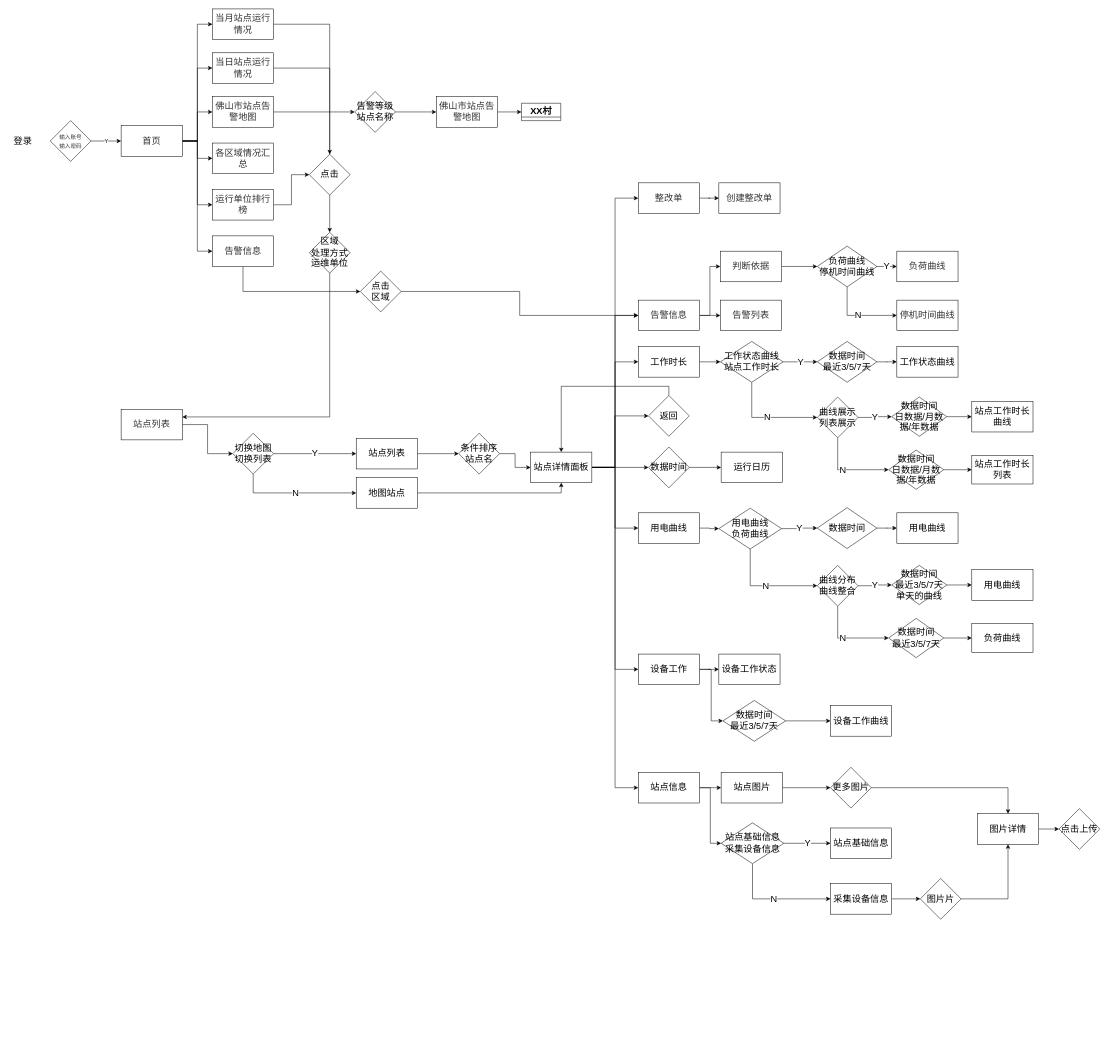
The draw.io diagram 未命名绘图.drawio in Lihua-neko/QASystemOnMedicalKG, before the edit. Source tidied: cells renumbered, new cells numbered last; positions are measured from the earlier drawing's top-left corner, leaving out a move shared by most shapes. Both pictures are drawn from the tidied source at 51%, with x=0, y=0 at pixel (9, 9).
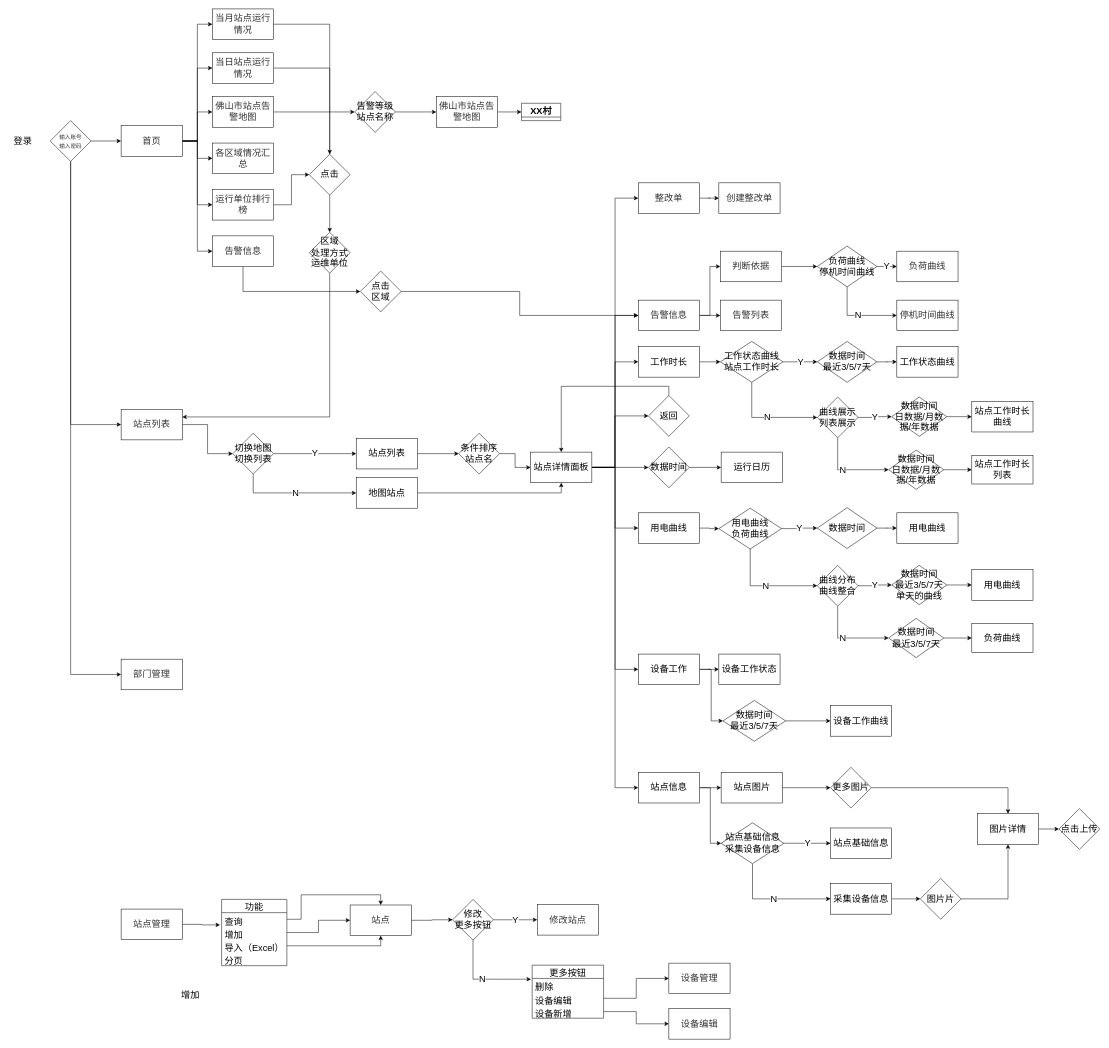
The same page after the edit.

Commit message (it also covers changes not shown here):
更新未命名绘图.drawio

The change refers to these unchanged cells:
```xml
<mxCell id="9" value="&lt;span style=&quot;color: rgb(50, 50, 50); font-size: 18px; background-color: rgba(255, 255, 255, 0.01);&quot;&gt;首页&lt;/span&gt;" style="rounded=0;whiteSpace=wrap;html=1;fontSize=14;" parent="1" vertex="1">
  <mxGeometry x="220" y="229" width="120" height="60" as="geometry" />
</mxCell>
<mxCell id="11" value="&lt;font face=&quot;Arial&quot; color=&quot;#323232&quot;&gt;&lt;span style=&quot;font-size: 11px; background-color: rgba(255, 255, 255, 0.01);&quot;&gt;输入账号&lt;br&gt;输入密码&lt;br&gt;&lt;/span&gt;&lt;/font&gt;" style="rhombus;whiteSpace=wrap;html=1;fontSize=14;" parent="1" vertex="1">
  <mxGeometry x="81" y="219" width="80" height="80" as="geometry" />
</mxCell>
<mxCell id="23" value="&lt;span style=&quot;color: rgb(50, 50, 50); font-size: 18px; background-color: rgba(255, 255, 255, 0.01);&quot;&gt;站点列表&lt;/span&gt;" style="rounded=0;whiteSpace=wrap;html=1;fontSize=14;" parent="1" vertex="1">
  <mxGeometry x="220" y="785" width="120" height="60" as="geometry" />
</mxCell>
```

The edit, as a diff of the source:
```diff
@@
-    <mxCell id="10" value="Y" style="edgeStyle=orthogonalEdgeStyle;rounded=0;jettySize=auto;html=1;exitX=1;exitY=0.5;exitDx=0;exitDy=0;entryX=0;entryY=0.5;entryDx=0;entryDy=0;fontSize=11;" parent="1" edge="1" source="11" target="9">
-      <mxGeometry relative="1" as="geometry" />
-    </mxCell>
+    <mxCell id="134" style="edgeStyle=orthogonalEdgeStyle;rounded=0;jettySize=auto;html=1;entryX=0;entryY=0.5;entryDx=0;entryDy=0;fontFamily=Helvetica;fontSize=18;exitX=0.5;exitY=1;exitDx=0;exitDy=0;" parent="1" edge="1" source="11" target="23">
+      <mxGeometry relative="1" as="geometry" />
+    </mxCell>
+    <mxCell id="135" style="edgeStyle=orthogonalEdgeStyle;rounded=0;jettySize=auto;html=1;entryX=0;entryY=0.5;entryDx=0;entryDy=0;fontFamily=Helvetica;fontSize=18;" parent="1" edge="1" source="11" target="9">
+      <mxGeometry relative="1" as="geometry" />
+    </mxCell>
+    <mxCell id="136" style="edgeStyle=orthogonalEdgeStyle;rounded=0;jettySize=auto;html=1;entryX=0;entryY=0.5;entryDx=0;entryDy=0;fontFamily=Helvetica;fontSize=18;" parent="1" edge="1" source="11" target="137">
+      <mxGeometry relative="1" as="geometry">
+        <Array as="points">
+          <mxPoint x="121" y="1305" />
+        </Array>
+      </mxGeometry>
+    </mxCell>
@@
+    <mxCell id="137" value="&lt;span style=&quot;color: rgb(50, 50, 50); font-size: 18px; background-color: rgba(255, 255, 255, 0.01);&quot;&gt;部门管理&lt;/span&gt;" style="rounded=0;whiteSpace=wrap;html=1;fontSize=14;" parent="1" vertex="1">
+      <mxGeometry x="220" y="1275" width="120" height="60" as="geometry" />
+    </mxCell>
+    <mxCell id="138" style="edgeStyle=orthogonalEdgeStyle;rounded=0;jettySize=auto;html=1;entryX=-0.024;entryY=-0.077;entryDx=0;entryDy=0;entryPerimeter=0;fontFamily=Helvetica;fontSize=18;" parent="1" edge="1" source="139" target="142">
+      <mxGeometry relative="1" as="geometry" />
+    </mxCell>
+    <mxCell id="139" value="&lt;span style=&quot;color: rgb(50, 50, 50); font-size: 18px; background-color: rgba(255, 255, 255, 0.01);&quot;&gt;站点管理&lt;/span&gt;" style="rounded=0;whiteSpace=wrap;html=1;fontSize=14;" parent="1" vertex="1">
+      <mxGeometry x="220" y="1765" width="120" height="60" as="geometry" />
+    </mxCell>
+    <mxCell id="140" value="功能" style="swimlane;fontStyle=0;horizontal=1;startSize=26;fillColor=none;fontFamily=Helvetica;fontSize=18;" parent="1" vertex="1">
+      <mxGeometry x="417" y="1746" width="128" height="130" as="geometry" />
+    </mxCell>
+    <mxCell id="141" value="查询" style="text;strokeColor=none;fillColor=none;align=left;verticalAlign=top;spacingLeft=4;spacingRight=4;overflow=hidden;points=[[0,0.5],[1,0.5]];portConstraint=eastwest;fontFamily=Helvetica;fontSize=18;" parent="140" vertex="1">
+      <mxGeometry y="26" width="128" height="26" as="geometry" />
+    </mxCell>
+    <mxCell id="142" value="增加" style="text;strokeColor=none;fillColor=none;align=left;verticalAlign=top;spacingLeft=4;spacingRight=4;overflow=hidden;points=[[0,0.5],[1,0.5]];portConstraint=eastwest;fontFamily=Helvetica;fontSize=18;" parent="140" vertex="1">
+      <mxGeometry y="52" width="128" height="26" as="geometry" />
+    </mxCell>
+    <mxCell id="143" value="导入（Excel）" style="text;strokeColor=none;fillColor=none;align=left;verticalAlign=top;spacingLeft=4;spacingRight=4;overflow=hidden;points=[[0,0.5],[1,0.5]];portConstraint=eastwest;fontFamily=Helvetica;fontSize=18;" parent="140" vertex="1">
+      <mxGeometry y="78" width="128" height="26" as="geometry" />
+    </mxCell>
+    <mxCell id="144" value="分页" style="text;strokeColor=none;fillColor=none;align=left;verticalAlign=top;spacingLeft=4;spacingRight=4;overflow=hidden;fontFamily=Helvetica;fontSize=18;" parent="140" vertex="1">
+      <mxGeometry y="104" width="128" height="26" as="geometry" />
+    </mxCell>
+    <mxCell id="145" value="增加" style="text;strokeColor=none;fillColor=none;align=left;verticalAlign=top;spacingLeft=4;spacingRight=4;overflow=hidden;fontFamily=Helvetica;fontSize=18;" parent="1" vertex="1">
+      <mxGeometry x="332" y="1915" width="140" height="26" as="geometry" />
+    </mxCell>
+    <mxCell id="146" style="edgeStyle=orthogonalEdgeStyle;rounded=0;jettySize=auto;html=1;fontFamily=Helvetica;fontSize=18;" parent="1" edge="1" source="147" target="152">
+      <mxGeometry relative="1" as="geometry" />
+    </mxCell>
+    <mxCell id="147" value="&lt;span style=&quot;color: rgb(50, 50, 50); font-size: 18px; background-color: rgba(255, 255, 255, 0.01);&quot;&gt;站点&lt;/span&gt;" style="rounded=0;whiteSpace=wrap;html=1;fontSize=14;" parent="1" vertex="1">
+      <mxGeometry x="669" y="1757" width="120" height="60" as="geometry" />
+    </mxCell>
+    <mxCell id="148" style="edgeStyle=orthogonalEdgeStyle;rounded=0;jettySize=auto;html=1;entryX=0.5;entryY=0;entryDx=0;entryDy=0;fontFamily=Helvetica;fontSize=18;" parent="1" edge="1" source="141" target="147">
+      <mxGeometry relative="1" as="geometry">
+        <Array as="points">
+          <mxPoint x="573" y="1785" />
+          <mxPoint x="573" y="1737" />
+          <mxPoint x="729" y="1737" />
+        </Array>
+      </mxGeometry>
+    </mxCell>
+    <mxCell id="149" style="edgeStyle=orthogonalEdgeStyle;rounded=0;jettySize=auto;html=1;fontFamily=Helvetica;fontSize=18;entryX=0;entryY=0.5;entryDx=0;entryDy=0;" parent="1" edge="1" source="142" target="147">
+      <mxGeometry relative="1" as="geometry" />
+    </mxCell>
+    <mxCell id="150" style="edgeStyle=orthogonalEdgeStyle;rounded=0;jettySize=auto;html=1;entryX=0.5;entryY=1;entryDx=0;entryDy=0;fontFamily=Helvetica;fontSize=18;" parent="1" edge="1" source="143" target="147">
+      <mxGeometry relative="1" as="geometry" />
+    </mxCell>
+    <mxCell id="10" value="Y" style="edgeStyle=orthogonalEdgeStyle;rounded=0;jettySize=auto;html=1;fontFamily=Helvetica;fontSize=18;" parent="1" edge="1" source="152" target="153">
+      <mxGeometry relative="1" as="geometry" />
+    </mxCell>
+    <mxCell id="151" value="N" style="edgeStyle=orthogonalEdgeStyle;rounded=0;jettySize=auto;html=1;fontFamily=Helvetica;fontSize=18;entryX=-0.017;entryY=0.059;entryDx=0;entryDy=0;entryPerimeter=0;" parent="1" edge="1" source="152" target="155">
+      <mxGeometry relative="1" as="geometry" />
+    </mxCell>
+    <mxCell id="152" value="修改&lt;br&gt;更多按钮" style="rhombus;whiteSpace=wrap;html=1;fontFamily=Helvetica;fontSize=18;" parent="1" vertex="1">
+      <mxGeometry x="870" y="1746" width="80" height="80" as="geometry" />
+    </mxCell>
+    <mxCell id="153" value="&lt;span style=&quot;color: rgb(50, 50, 50); font-size: 18px; background-color: rgba(255, 255, 255, 0.01);&quot;&gt;修改站点&lt;/span&gt;" style="rounded=0;whiteSpace=wrap;html=1;fontSize=14;" parent="1" vertex="1">
+      <mxGeometry x="1036" y="1756" width="120" height="60" as="geometry" />
+    </mxCell>
+    <mxCell id="154" value="更多按钮" style="swimlane;fontStyle=0;horizontal=1;startSize=26;fillColor=none;fontFamily=Helvetica;fontSize=18;" parent="1" vertex="1">
+      <mxGeometry x="1026" y="1875" width="140" height="104" as="geometry" />
+    </mxCell>
+    <mxCell id="155" value="删除" style="text;strokeColor=none;fillColor=none;align=left;verticalAlign=top;spacingLeft=4;spacingRight=4;overflow=hidden;points=[[0,0.5],[1,0.5]];portConstraint=eastwest;fontFamily=Helvetica;fontSize=18;" parent="154" vertex="1">
+      <mxGeometry y="26" width="140" height="26" as="geometry" />
+    </mxCell>
+    <mxCell id="156" value="设备编辑" style="text;strokeColor=none;fillColor=none;align=left;verticalAlign=top;spacingLeft=4;spacingRight=4;overflow=hidden;points=[[0,0.5],[1,0.5]];portConstraint=eastwest;fontFamily=Helvetica;fontSize=18;" parent="154" vertex="1">
+      <mxGeometry y="52" width="140" height="26" as="geometry" />
+    </mxCell>
+    <mxCell id="157" value="设备新增" style="text;strokeColor=none;fillColor=none;align=left;verticalAlign=top;spacingLeft=4;spacingRight=4;overflow=hidden;points=[[0,0.5],[1,0.5]];portConstraint=eastwest;fontFamily=Helvetica;fontSize=18;" parent="154" vertex="1">
+      <mxGeometry y="78" width="140" height="26" as="geometry" />
+    </mxCell>
+    <mxCell id="158" value="&lt;span style=&quot;color: rgb(50, 50, 50); font-size: 18px; background-color: rgba(255, 255, 255, 0.01);&quot;&gt;设备管理&lt;/span&gt;" style="rounded=0;whiteSpace=wrap;html=1;fontSize=14;" parent="1" vertex="1">
+      <mxGeometry x="1294" y="1871" width="120" height="60" as="geometry" />
+    </mxCell>
+    <mxCell id="159" value="&lt;span style=&quot;color: rgb(50, 50, 50); font-size: 18px; background-color: rgba(255, 255, 255, 0.01);&quot;&gt;设备编辑&lt;/span&gt;" style="rounded=0;whiteSpace=wrap;html=1;fontSize=14;" parent="1" vertex="1">
+      <mxGeometry x="1294" y="1960" width="120" height="60" as="geometry" />
+    </mxCell>
+    <mxCell id="160" style="edgeStyle=orthogonalEdgeStyle;rounded=0;jettySize=auto;html=1;entryX=0;entryY=0.5;entryDx=0;entryDy=0;fontFamily=Helvetica;fontSize=18;" parent="1" edge="1" source="156" target="158">
+      <mxGeometry relative="1" as="geometry" />
+    </mxCell>
+    <mxCell id="161" style="edgeStyle=orthogonalEdgeStyle;rounded=0;jettySize=auto;html=1;fontFamily=Helvetica;fontSize=18;" parent="1" edge="1" source="157" target="159">
+      <mxGeometry relative="1" as="geometry" />
+    </mxCell>
```
